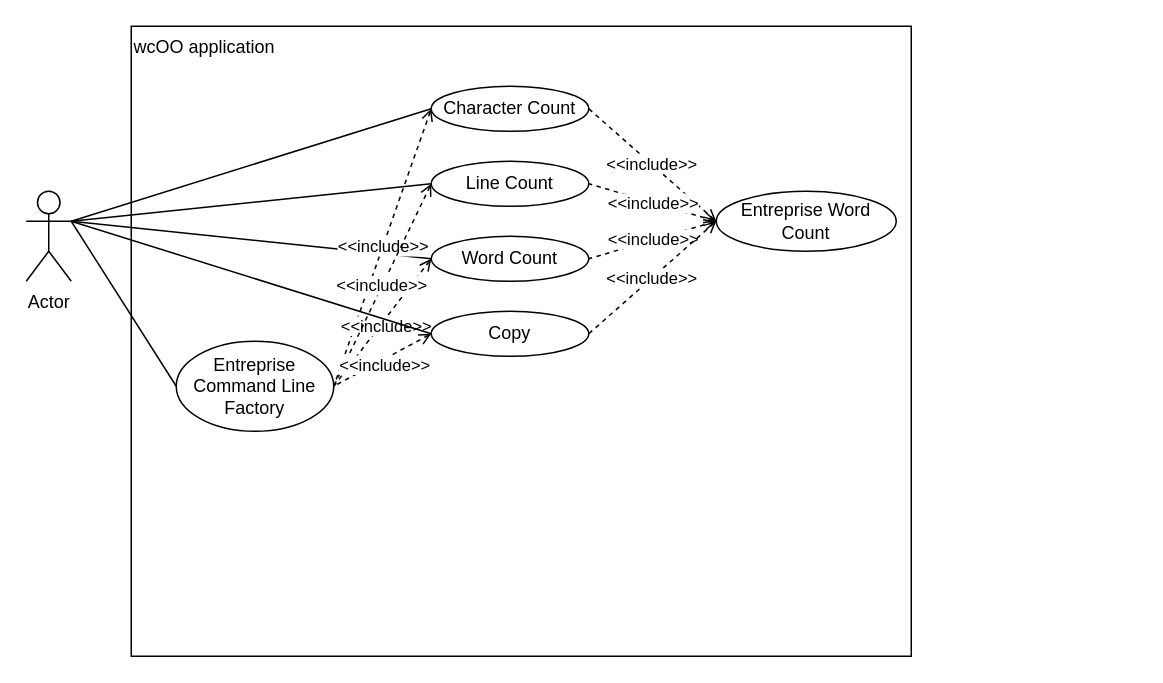
Earlier version of the draw.io diagram projectA_diagrams.drawio (starcraft66/SOEN341-Fall-2020-ProjectA). Source tidied: cells renumbered, new cells numbered last; positions are measured from the earlier drawing's top-left corner, leaving out a move shared by most shapes. Both pictures are drawn from the tidied source at 150%, with x=0, y=0 at pixel (26, 26).
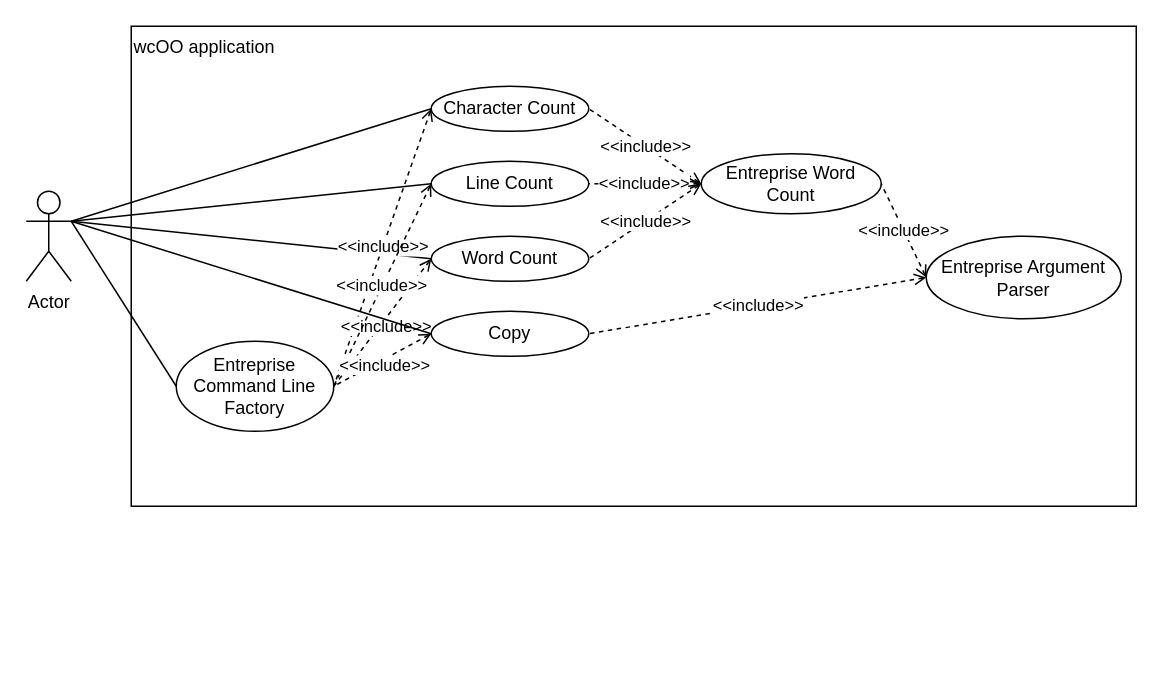
The same page after the edit.

The change refers to these unchanged cells:
```xml
<mxCell id="15" value="Copy" style="ellipse;whiteSpace=wrap;html=1;fillColor=none;align=center;" parent="1" vertex="1">
  <mxGeometry x="270" y="190" width="105" height="30" as="geometry" />
</mxCell>
```

Diff of the diagram source:
```diff
@@
     <mxCell id="3" value="wcOO application" style="rounded=0;whiteSpace=wrap;html=1;fillColor=none;align=left;verticalAlign=top;" parent="1" vertex="1">
-      <mxGeometry x="70" width="520" height="420" as="geometry" />
+      <mxGeometry x="70" width="670" height="320" as="geometry" />
     </mxCell>
@@
     <mxCell id="18" value="Entreprise Word Count" style="ellipse;whiteSpace=wrap;html=1;fillColor=none;align=center;" parent="1" vertex="1">
-      <mxGeometry x="460" y="110" width="120" height="40" as="geometry" />
+      <mxGeometry x="450" y="85" width="120" height="40" as="geometry" />
     </mxCell>
@@
-    <mxCell id="22" value="&amp;lt;&amp;lt;include&amp;gt;&amp;gt;" style="endArrow=none;dashed=1;html=1;startArrow=open;startFill=0;entryX=1;entryY=0.5;entryDx=0;entryDy=0;exitX=0;exitY=0.5;exitDx=0;exitDy=0;" parent="1" edge="1" source="18" target="15">
-      <mxGeometry relative="1" as="geometry" />
-    </mxCell>
+    <mxCell id="23" value="Entreprise Argument Parser" style="ellipse;whiteSpace=wrap;html=1;fillColor=none;align=center;" parent="1" vertex="1">
+      <mxGeometry x="600" y="140" width="130" height="55" as="geometry" />
+    </mxCell>
+    <mxCell id="24" value="&amp;lt;&amp;lt;include&amp;gt;&amp;gt;" style="endArrow=none;dashed=1;html=1;startArrow=open;startFill=0;entryX=1;entryY=0.5;entryDx=0;entryDy=0;exitX=0;exitY=0.5;exitDx=0;exitDy=0;" parent="1" edge="1" source="23" target="15">
+      <mxGeometry relative="1" as="geometry" />
+    </mxCell>
+    <mxCell id="25" value="&amp;lt;&amp;lt;include&amp;gt;&amp;gt;" style="endArrow=none;dashed=1;html=1;startArrow=open;startFill=0;entryX=1;entryY=0.5;entryDx=0;entryDy=0;exitX=0;exitY=0.5;exitDx=0;exitDy=0;" parent="1" edge="1" source="23" target="18">
+      <mxGeometry relative="1" as="geometry" />
+    </mxCell>
```
